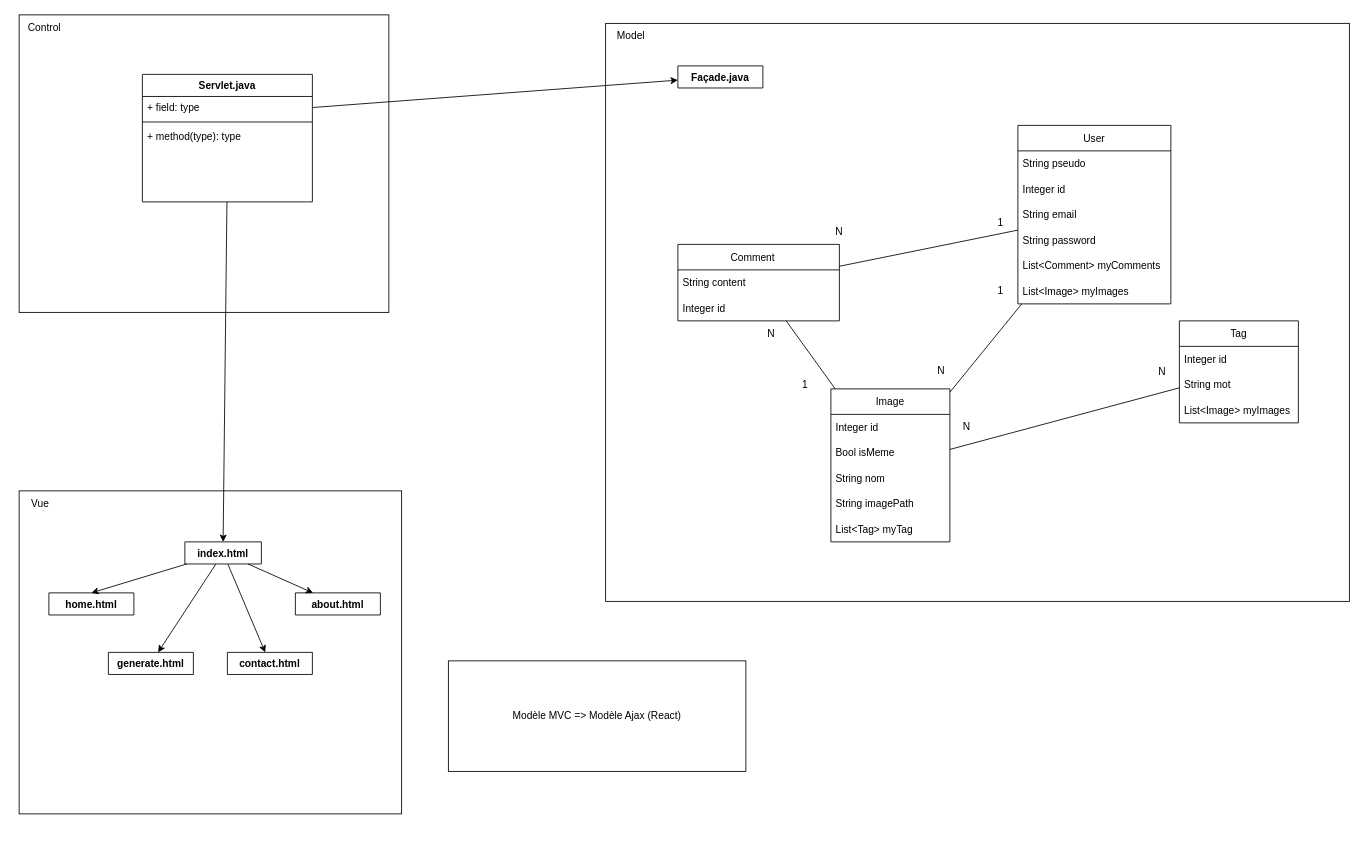
The draw.io diagram Documentation/Architecture.drawio in hugoSN7/ProjetWeb, before the edit. Source tidied: cells renumbered, new cells numbered last; positions are measured from the earlier drawing's top-left corner, leaving out a move shared by most shapes. Both pictures are drawn from the tidied source at 85%, with x=0, y=0 at pixel (14, 14).
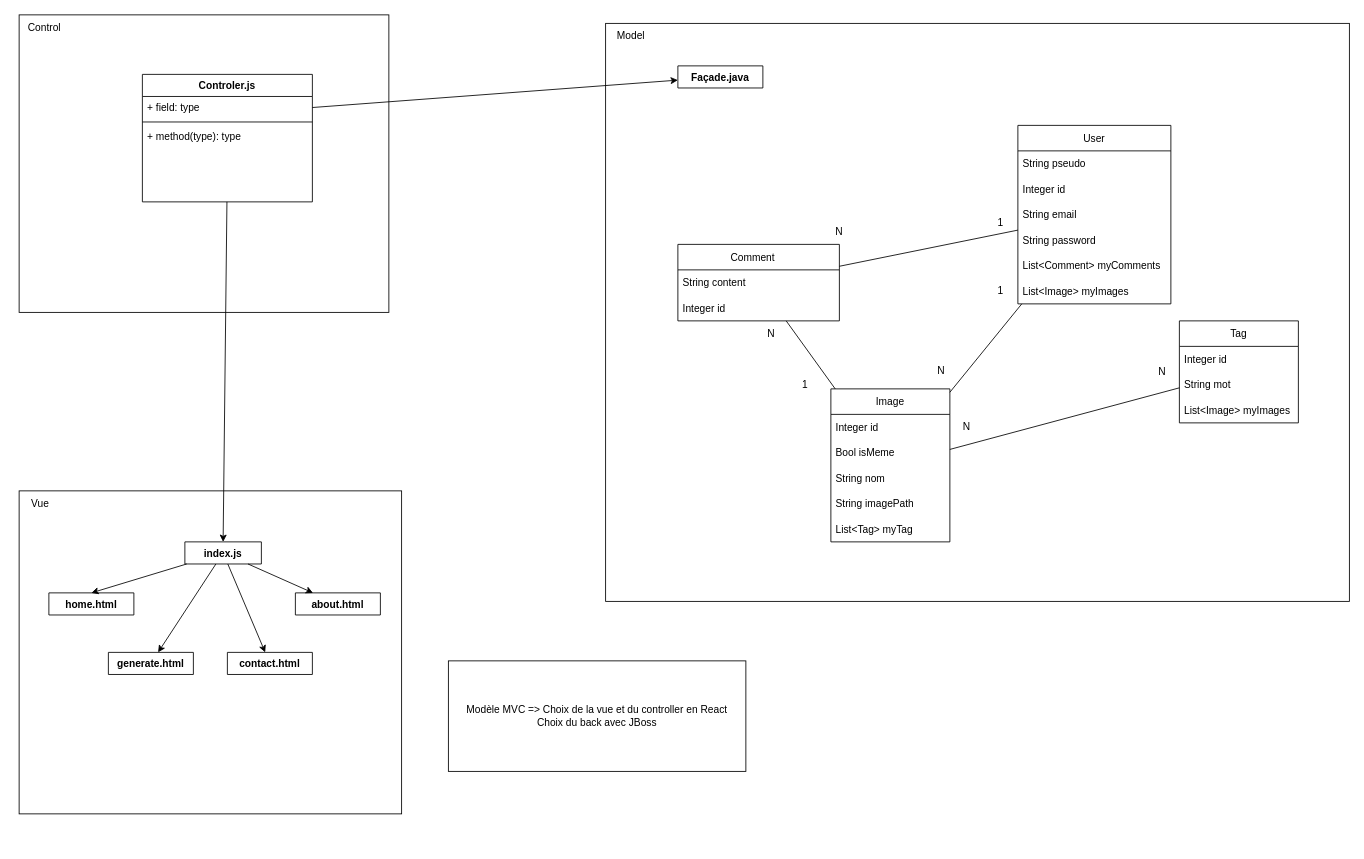
After the change.

The change refers to these unchanged cells:
```xml
<mxCell id="9" style="group;" parent="8" vertex="1">
  <mxGeometry x="10" y="-10" width="200" height="150" as="geometry" />
</mxCell>
```

The edit, as a diff of the source:
```diff
@@
-    <mxCell id="10" value="Servlet.java" style="swimlane;fontStyle=1;align=center;verticalAlign=top;horizontal=1;startSize=26;" parent="9" vertex="1">
+    <mxCell id="10" value="Controler.js" style="swimlane;fontStyle=1;align=center;verticalAlign=top;horizontal=1;startSize=26;" parent="9" vertex="1">
       <mxGeometry width="200" height="150" as="geometry" />
     </mxCell>
@@
-    <mxCell id="15" value="Modèle MVC =&amp;gt; Modèle Ajax (React)" style="rounded=0;whiteSpace=wrap;html=1;" parent="1" vertex="1">
+    <mxCell id="15" value="&lt;div&gt;Modèle MVC =&amp;gt; Choix de la vue et du controller en React&lt;/div&gt;&lt;div&gt;Choix du back avec JBoss&lt;/div&gt;" style="rounded=0;whiteSpace=wrap;html=1;" parent="1" vertex="1">
       <mxGeometry x="510" y="760" width="350" height="130" as="geometry" />
     </mxCell>
@@
-    <mxCell id="17" value="index.html" style="swimlane;fontStyle=1;align=center;verticalAlign=top;horizontal=1;startSize=26;" parent="1" vertex="1" collapsed="1">
+    <mxCell id="17" value="index.js" style="swimlane;fontStyle=1;align=center;verticalAlign=top;horizontal=1;startSize=26;" parent="1" vertex="1" collapsed="1">
       <mxGeometry x="200" y="620" width="90" height="26" as="geometry" />
     </mxCell>
```
